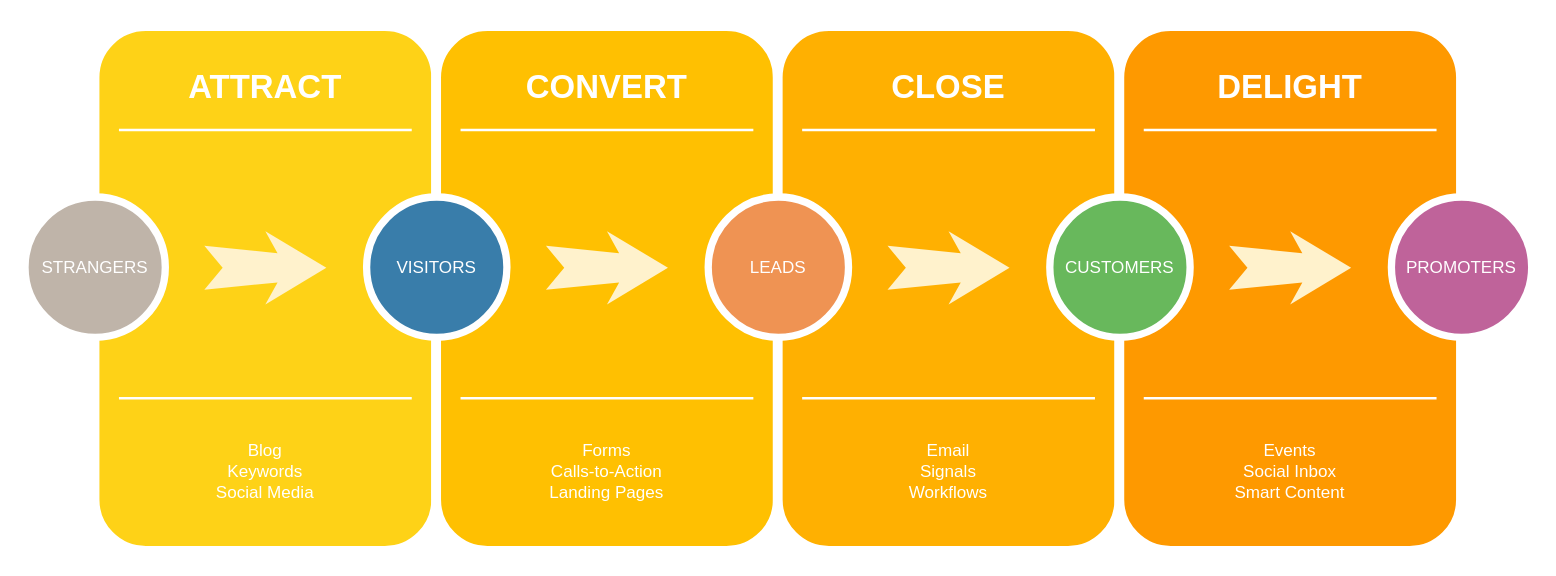
kj3184/bumblebee-data-ingestion keeps this draw.io diagram as Singtel Red.drawio. Above is the earlier version. Source tidied: cells renumbered, new cells numbered last; positions are measured from the earlier drawing's top-left corner, leaving out a move shared by most shapes. Both pictures are drawn from the tidied source at 122%, with x=0, y=0 at pixel (24, 26).
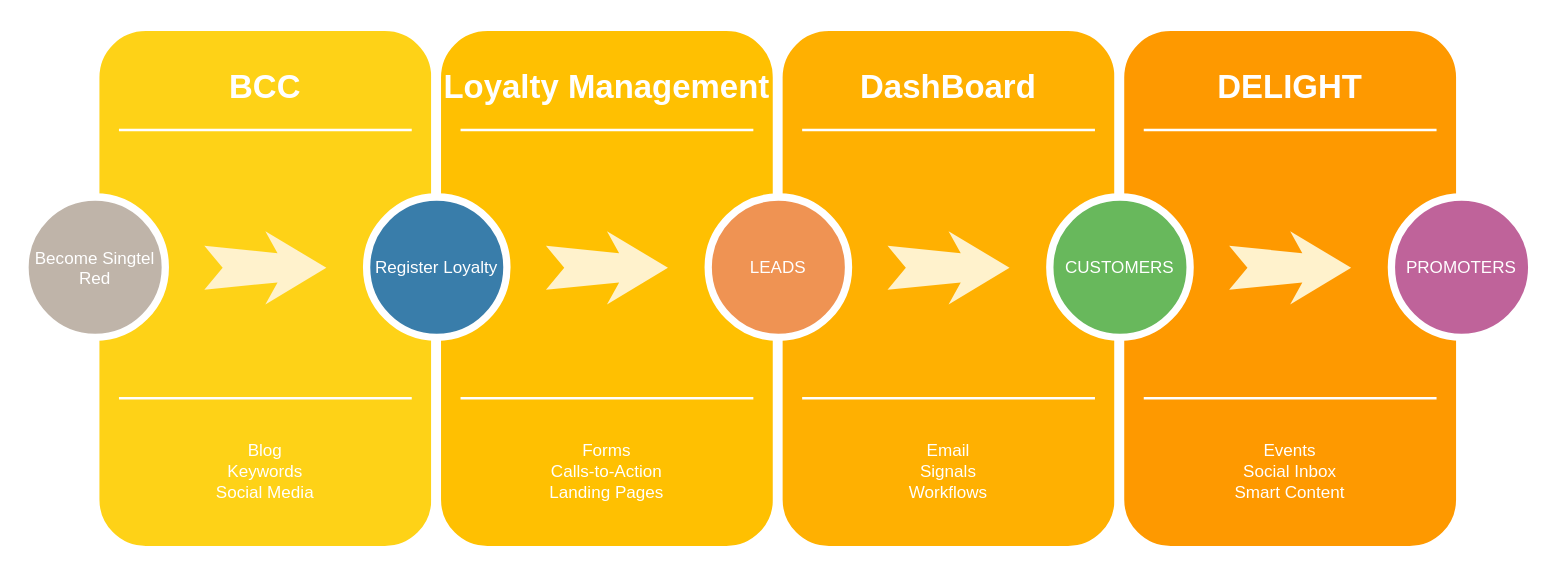
The same diagram, later.

Diff of the diagram source:
```diff
@@
-    <mxCell id="3" value="ATTRACT" style="text;html=1;strokeColor=none;fillColor=none;align=center;verticalAlign=middle;whiteSpace=wrap;rounded=0;shadow=0;fontSize=27;fontColor=#FFFFFF;fontStyle=1;" parent="1" vertex="1">
+    <mxCell id="3" value="BCC" style="text;html=1;strokeColor=none;fillColor=none;align=center;verticalAlign=middle;whiteSpace=wrap;rounded=0;shadow=0;fontSize=27;fontColor=#FFFFFF;fontStyle=1;" parent="1" vertex="1">
       <mxGeometry x="57" y="20" width="280" height="60" as="geometry" />
     </mxCell>
@@
-    <mxCell id="7" value="STRANGERS" style="ellipse;whiteSpace=wrap;html=1;rounded=0;shadow=0;strokeWidth=6;fontSize=14;align=center;fillColor=#BFB4A9;strokeColor=#FFFFFF;fontColor=#FFFFFF;" parent="1" vertex="1">
+    <mxCell id="7" value="Become Singtel Red" style="ellipse;whiteSpace=wrap;html=1;rounded=0;shadow=0;strokeWidth=6;fontSize=14;align=center;fillColor=#BFB4A9;strokeColor=#FFFFFF;fontColor=#FFFFFF;" parent="1" vertex="1">
       <mxGeometry y="140" width="115" height="115" as="geometry" />
     </mxCell>
@@
-    <mxCell id="10" value="CONVERT" style="text;html=1;strokeColor=none;fillColor=none;align=center;verticalAlign=middle;whiteSpace=wrap;rounded=0;shadow=0;fontSize=27;fontColor=#FFFFFF;fontStyle=1;" parent="1" vertex="1">
+    <mxCell id="10" value="Loyalty Management" style="text;html=1;strokeColor=none;fillColor=none;align=center;verticalAlign=middle;whiteSpace=wrap;rounded=0;shadow=0;fontSize=27;fontColor=#FFFFFF;fontStyle=1;" parent="1" vertex="1">
       <mxGeometry x="337" y="20" width="280" height="60" as="geometry" />
     </mxCell>
@@
-    <mxCell id="14" value="VISITORS" style="ellipse;whiteSpace=wrap;html=1;rounded=0;shadow=0;strokeWidth=6;fontSize=14;align=center;fillColor=#397DAA;strokeColor=#FFFFFF;fontColor=#FFFFFF;" parent="1" vertex="1">
+    <mxCell id="14" value="Register Loyalty" style="ellipse;whiteSpace=wrap;html=1;rounded=0;shadow=0;strokeWidth=6;fontSize=14;align=center;fillColor=#397DAA;strokeColor=#FFFFFF;fontColor=#FFFFFF;" parent="1" vertex="1">
       <mxGeometry x="280" y="140" width="115" height="115" as="geometry" />
     </mxCell>
@@
-    <mxCell id="17" value="CLOSE" style="text;html=1;strokeColor=none;fillColor=none;align=center;verticalAlign=middle;whiteSpace=wrap;rounded=0;shadow=0;fontSize=27;fontColor=#FFFFFF;fontStyle=1;" parent="1" vertex="1">
+    <mxCell id="17" value="DashBoard" style="text;html=1;strokeColor=none;fillColor=none;align=center;verticalAlign=middle;whiteSpace=wrap;rounded=0;shadow=0;fontSize=27;fontColor=#FFFFFF;fontStyle=1;" parent="1" vertex="1">
       <mxGeometry x="617" y="20" width="280" height="60" as="geometry" />
     </mxCell>
```
